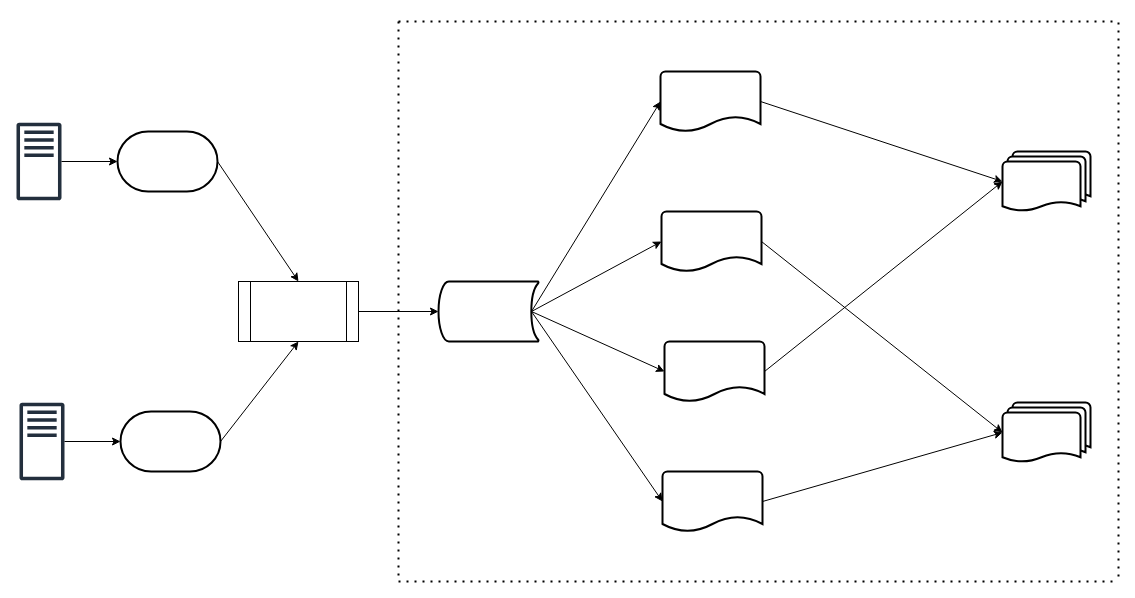
Earlier version of the draw.io diagram Untitled Diagram.drawio (caihuayu0322/drawio-github). Source tidied: cells renumbered, new cells numbered last; positions are measured from the earlier drawing's top-left corner, leaving out a move shared by most shapes. Both pictures are drawn from the tidied source at 100%, with x=0, y=0 at pixel (16, 16).
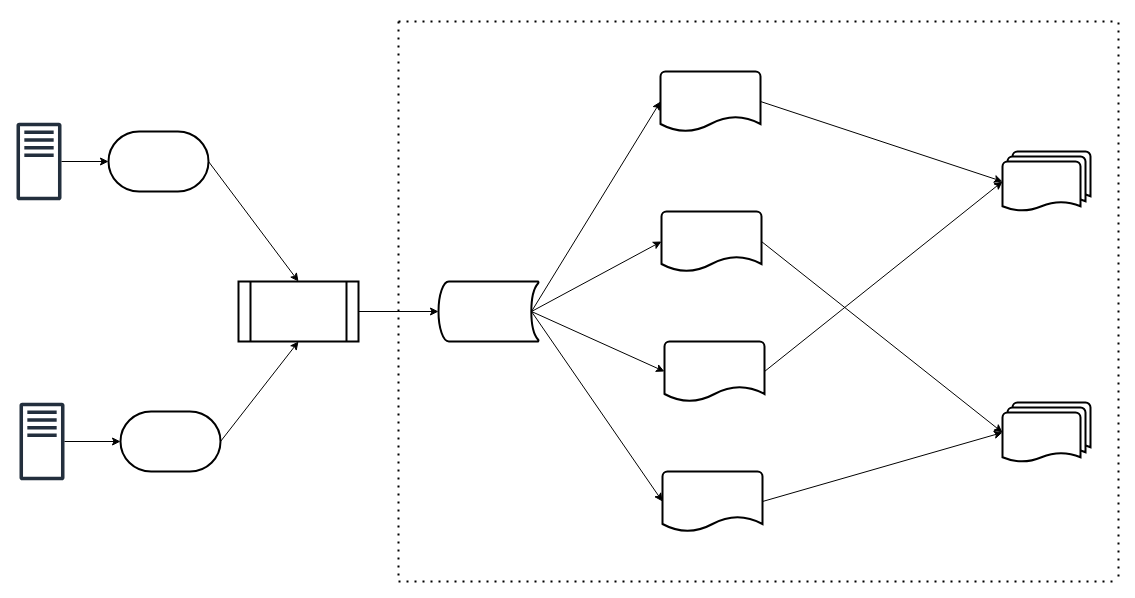
The same page after the edit.

The change refers to these unchanged cells:
```xml
<mxCell id="6" style="strokeWidth=2;html=1;shape=mxgraph.flowchart.terminator;whiteSpace=wrap;" parent="1" vertex="1">
  <mxGeometry x="104" y="395" width="100" height="60" as="geometry" />
</mxCell>
```

What changed in the source:
```diff
@@
     <mxCell id="5" style="strokeWidth=2;html=1;shape=mxgraph.flowchart.terminator;whiteSpace=wrap;" parent="1" vertex="1">
-      <mxGeometry x="101" y="115" width="100" height="60" as="geometry" />
+      <mxGeometry x="92" y="115" width="100" height="60" as="geometry" />
     </mxCell>
@@
-    <mxCell id="7" style="endArrow=classic;html=1;rounded=0;exitX=1;exitY=0.5;exitDx=0;exitDy=0;exitPerimeter=0;entryX=0.5;entryY=1;entryDx=0;entryDy=0;" parent="1" edge="1" source="6" target="29">
+    <mxCell id="7" style="endArrow=classic;html=1;rounded=0;entryX=0.5;entryY=1;entryDx=0;entryDy=0;exitX=1;exitY=0.5;exitDx=0;exitDy=0;exitPerimeter=0;" parent="1" edge="1" source="6" target="29">
       <mxGeometry relative="1" as="geometry" />
     </mxCell>
@@
-    <mxCell id="29" style="shape=process;whiteSpace=wrap;html=1;backgroundOutline=1;" parent="1" vertex="1">
+    <mxCell id="29" style="shape=process;whiteSpace=wrap;html=1;backgroundOutline=1;strokeWidth=2;" parent="1" vertex="1">
       <mxGeometry x="222" y="265" width="120" height="60" as="geometry" />
     </mxCell>
```
